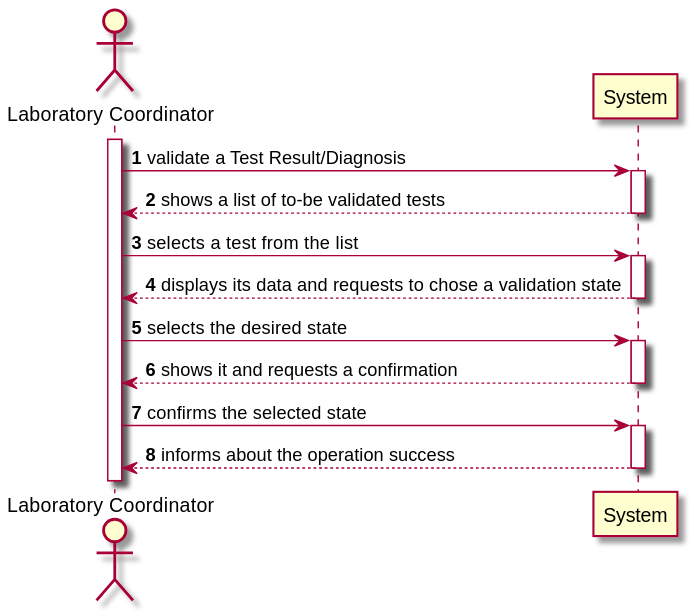
Earlier version of the PlantUML export docs/SprintC/US15/US15-SSD.svg (0franciscor/lei-21-s2-1de-g19).
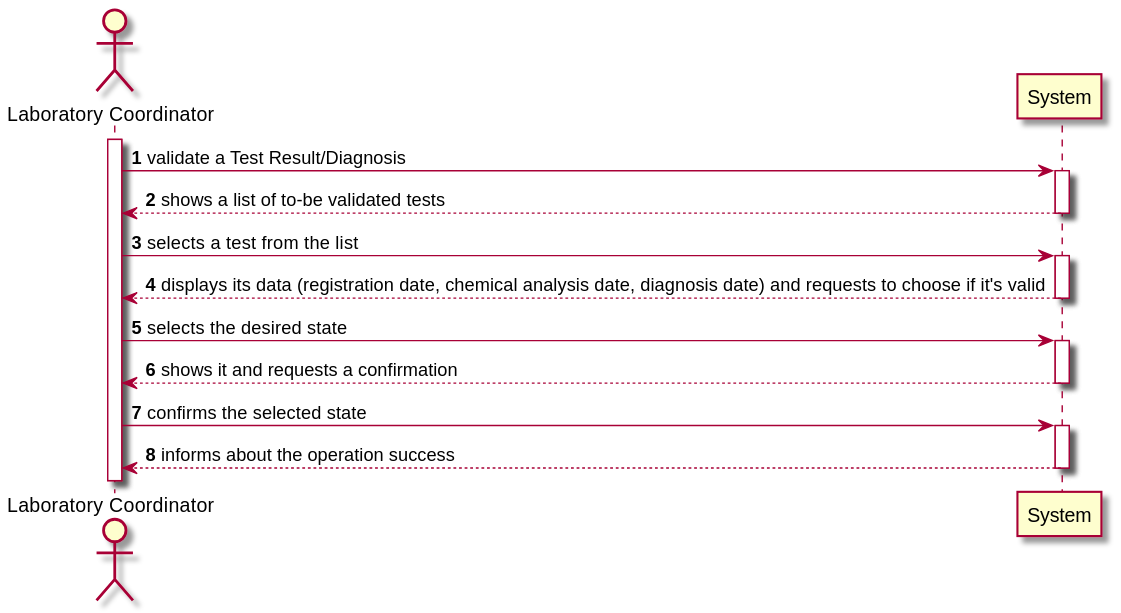
Later version of the same file.

What changed in the source:
```diff
@@ -1,5 +1,4 @@
 @startuml
-
 autonumber
 
 actor "Laboratory Coordinator" as labC
@@ -8,7 +7,7 @@
 labC -> System ++: validate a Test Result/Diagnosis
 System --> labC --: shows a list of to-be validated tests
 labC -> System ++: selects a test from the list
-System -->  labC --: displays its data and requests to chose a validation state
+System -->  labC --: displays its data (registration date, chemical analysis date, diagnosis date) and requests to choose if it's valid
 labC ->  System ++: selects the desired state
 System --> labC --: shows it and requests a confirmation
 labC -> System ++: confirms the selected state
```
